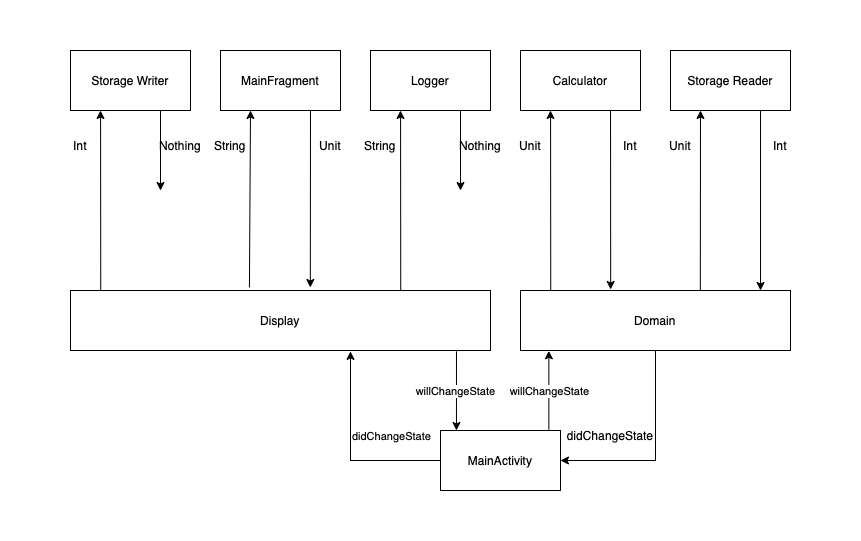
Before: sample/images/components2.drawio.png, a diagram exported from draw.io (prokhor-andrew/simprokmachine-android). Source tidied: cells renumbered, new cells last; positions are measured from the earlier drawing's top-left corner, leaving out a move shared by most shapes. Source of this version:
```xml
<mxGraphModel>
  <root>
    <mxCell id="0" />
    <mxCell id="1" parent="0" />
    <mxCell id="2" value="MainFragment" style="rounded=0;whiteSpace=wrap;html=1;" parent="1" vertex="1">
      <mxGeometry x="170" width="120" height="60" as="geometry" />
    </mxCell>
    <mxCell id="3" value="Logger" style="rounded=0;whiteSpace=wrap;html=1;" parent="1" vertex="1">
      <mxGeometry x="320" width="120" height="60" as="geometry" />
    </mxCell>
    <mxCell id="4" value="Calculator" style="rounded=0;whiteSpace=wrap;html=1;" parent="1" vertex="1">
      <mxGeometry x="470" width="120" height="60" as="geometry" />
    </mxCell>
    <mxCell id="5" value="Storage Reader" style="rounded=0;whiteSpace=wrap;html=1;" parent="1" vertex="1">
      <mxGeometry x="620" width="120" height="60" as="geometry" />
    </mxCell>
    <mxCell id="6" style="endArrow=classic;html=1;rounded=0;entryX=0.25;entryY=1;entryDx=0;entryDy=0;exitX=0.426;exitY=-0.05;exitDx=0;exitDy=0;exitPerimeter=0;" parent="1" edge="1" source="19" target="2">
      <mxGeometry relative="1" as="geometry" />
    </mxCell>
    <mxCell id="7" style="endArrow=classic;html=1;rounded=0;exitX=0.75;exitY=1;exitDx=0;exitDy=0;entryX=0.571;entryY=-0.05;entryDx=0;entryDy=0;entryPerimeter=0;" parent="1" edge="1" source="2" target="19">
      <mxGeometry relative="1" as="geometry" />
    </mxCell>
    <mxCell id="8" value="Unit" style="text;html=1;strokeColor=none;fillColor=none;align=center;verticalAlign=middle;whiteSpace=wrap;rounded=0;" parent="1" vertex="1">
      <mxGeometry x="250" y="80" width="60" height="30" as="geometry" />
    </mxCell>
    <mxCell id="9" value="String" style="text;html=1;strokeColor=none;fillColor=none;align=center;verticalAlign=middle;whiteSpace=wrap;rounded=0;" parent="1" vertex="1">
      <mxGeometry x="150" y="80" width="60" height="30" as="geometry" />
    </mxCell>
    <mxCell id="10" style="endArrow=classic;html=1;rounded=0;entryX=0.25;entryY=1;entryDx=0;entryDy=0;exitX=0.112;exitY=-0.007;exitDx=0;exitDy=0;exitPerimeter=0;" parent="1" edge="1" source="22" target="4">
      <mxGeometry relative="1" as="geometry" />
    </mxCell>
    <mxCell id="11" style="endArrow=classic;html=1;rounded=0;entryX=0.25;entryY=1;entryDx=0;entryDy=0;exitX=0.666;exitY=0.02;exitDx=0;exitDy=0;exitPerimeter=0;" parent="1" edge="1" source="22" target="5">
      <mxGeometry relative="1" as="geometry" />
    </mxCell>
    <mxCell id="12" style="endArrow=classic;html=1;rounded=0;exitX=0.75;exitY=1;exitDx=0;exitDy=0;entryX=0.889;entryY=0;entryDx=0;entryDy=0;entryPerimeter=0;" parent="1" edge="1" source="5" target="22">
      <mxGeometry relative="1" as="geometry" />
    </mxCell>
    <mxCell id="13" value="Unit" style="text;html=1;strokeColor=none;fillColor=none;align=center;verticalAlign=middle;whiteSpace=wrap;rounded=0;" parent="1" vertex="1">
      <mxGeometry x="450" y="80" width="60" height="30" as="geometry" />
    </mxCell>
    <mxCell id="14" style="endArrow=classic;html=1;rounded=0;exitX=0.75;exitY=1;exitDx=0;exitDy=0;entryX=0.334;entryY=-0.017;entryDx=0;entryDy=0;entryPerimeter=0;" parent="1" edge="1" source="4" target="22">
      <mxGeometry relative="1" as="geometry" />
    </mxCell>
    <mxCell id="15" value="Int" style="text;html=1;strokeColor=none;fillColor=none;align=center;verticalAlign=middle;whiteSpace=wrap;rounded=0;" parent="1" vertex="1">
      <mxGeometry x="550" y="80" width="60" height="30" as="geometry" />
    </mxCell>
    <mxCell id="16" value="Unit" style="text;html=1;strokeColor=none;fillColor=none;align=center;verticalAlign=middle;whiteSpace=wrap;rounded=0;" parent="1" vertex="1">
      <mxGeometry x="600" y="80" width="60" height="30" as="geometry" />
    </mxCell>
    <mxCell id="17" value="Int" style="text;html=1;strokeColor=none;fillColor=none;align=center;verticalAlign=middle;whiteSpace=wrap;rounded=0;" parent="1" vertex="1">
      <mxGeometry x="700" y="80" width="60" height="30" as="geometry" />
    </mxCell>
    <mxCell id="18" value="Storage Writer" style="rounded=0;whiteSpace=wrap;html=1;" parent="1" vertex="1">
      <mxGeometry x="20" width="120" height="60" as="geometry" />
    </mxCell>
    <mxCell id="19" value="Display" style="rounded=0;whiteSpace=wrap;html=1;" parent="1" vertex="1">
      <mxGeometry x="20" y="240" width="420" height="60" as="geometry" />
    </mxCell>
    <mxCell id="20" value="MainActivity" style="rounded=0;whiteSpace=wrap;html=1;" parent="1" vertex="1">
      <mxGeometry x="390" y="380" width="120" height="60" as="geometry" />
    </mxCell>
    <mxCell id="21" style="edgeStyle=orthogonalEdgeStyle;rounded=0;jettySize=auto;html=1;exitX=0.5;exitY=1;exitDx=0;exitDy=0;entryX=1;entryY=0.5;entryDx=0;entryDy=0;" parent="1" edge="1" source="22" target="20">
      <mxGeometry relative="1" as="geometry" />
    </mxCell>
    <mxCell id="22" value="Domain" style="rounded=0;whiteSpace=wrap;html=1;" parent="1" vertex="1">
      <mxGeometry x="470" y="240" width="270" height="60" as="geometry" />
    </mxCell>
    <mxCell id="23" style="endArrow=classic;html=1;rounded=0;exitX=0.919;exitY=1.013;exitDx=0;exitDy=0;exitPerimeter=0;entryX=0.133;entryY=0;entryDx=0;entryDy=0;entryPerimeter=0;" parent="1" edge="1" source="19" target="20">
      <mxGeometry relative="1" as="geometry" />
    </mxCell>
    <mxCell id="24" value="willChangeState" style="edgeLabel;html=1;align=center;verticalAlign=middle;" parent="23" vertex="1">
      <mxGeometry x="0.01" y="-1" relative="1" as="geometry" />
    </mxCell>
    <mxCell id="25" style="endArrow=classic;html=1;rounded=0;entryX=0.105;entryY=1.005;entryDx=0;entryDy=0;entryPerimeter=0;exitX=0.903;exitY=-0.01;exitDx=0;exitDy=0;exitPerimeter=0;" parent="1" edge="1" source="20" target="22">
      <mxGeometry relative="1" as="geometry" />
    </mxCell>
    <mxCell id="26" value="willChangeState" style="edgeLabel;html=1;align=center;verticalAlign=middle;" parent="25" vertex="1">
      <mxGeometry x="0.05" relative="1" as="geometry">
        <mxPoint y="3" as="offset" />
      </mxGeometry>
    </mxCell>
    <mxCell id="27" style="endArrow=classic;html=1;rounded=0;entryX=0.105;entryY=1.005;entryDx=0;entryDy=0;entryPerimeter=0;exitX=0;exitY=0.5;exitDx=0;exitDy=0;" parent="1" edge="1" source="20">
      <mxGeometry relative="1" as="geometry">
        <mxPoint x="300" y="300.9" as="targetPoint" />
        <Array as="points">
          <mxPoint x="300" y="410" />
        </Array>
      </mxGeometry>
    </mxCell>
    <mxCell id="28" value="didChangeState" style="edgeLabel;html=1;align=center;verticalAlign=middle;labelBackgroundColor=none;" parent="27" vertex="1">
      <mxGeometry x="0.05" relative="1" as="geometry">
        <mxPoint x="40" y="-10" as="offset" />
      </mxGeometry>
    </mxCell>
    <mxCell id="29" value="didChangeState" style="text;html=1;strokeColor=none;fillColor=none;align=center;verticalAlign=middle;whiteSpace=wrap;rounded=0;" parent="1" vertex="1">
      <mxGeometry x="530" y="370" width="60" height="30" as="geometry" />
    </mxCell>
    <mxCell id="30" style="endArrow=classic;html=1;rounded=0;entryX=0.25;entryY=1;entryDx=0;entryDy=0;exitX=0.112;exitY=-0.007;exitDx=0;exitDy=0;exitPerimeter=0;" parent="1" edge="1">
      <mxGeometry relative="1" as="geometry">
        <mxPoint x="50.2" y="239.6" as="sourcePoint" />
        <mxPoint x="50" y="60" as="targetPoint" />
      </mxGeometry>
    </mxCell>
    <mxCell id="31" value="Int" style="text;html=1;strokeColor=none;fillColor=none;align=center;verticalAlign=middle;whiteSpace=wrap;rounded=0;" parent="1" vertex="1">
      <mxGeometry y="80" width="60" height="30" as="geometry" />
    </mxCell>
    <mxCell id="32" style="endArrow=classic;html=1;rounded=0;exitX=0.75;exitY=1;exitDx=0;exitDy=0;" parent="1" edge="1">
      <mxGeometry relative="1" as="geometry">
        <mxPoint x="110" y="60" as="sourcePoint" />
        <mxPoint x="110" y="140" as="targetPoint" />
      </mxGeometry>
    </mxCell>
    <mxCell id="33" value="Nothing" style="text;html=1;strokeColor=none;fillColor=none;align=center;verticalAlign=middle;whiteSpace=wrap;rounded=0;" parent="1" vertex="1">
      <mxGeometry x="100" y="80" width="60" height="30" as="geometry" />
    </mxCell>
    <mxCell id="34" style="endArrow=classic;html=1;rounded=0;entryX=0.25;entryY=1;entryDx=0;entryDy=0;exitX=0.112;exitY=-0.007;exitDx=0;exitDy=0;exitPerimeter=0;" parent="1" edge="1">
      <mxGeometry relative="1" as="geometry">
        <mxPoint x="350.2" y="239.6" as="sourcePoint" />
        <mxPoint x="350" y="60" as="targetPoint" />
      </mxGeometry>
    </mxCell>
    <mxCell id="35" value="String" style="text;html=1;strokeColor=none;fillColor=none;align=center;verticalAlign=middle;whiteSpace=wrap;rounded=0;" parent="1" vertex="1">
      <mxGeometry x="300" y="80" width="60" height="30" as="geometry" />
    </mxCell>
    <mxCell id="36" style="endArrow=classic;html=1;rounded=0;exitX=0.75;exitY=1;exitDx=0;exitDy=0;" parent="1" edge="1">
      <mxGeometry relative="1" as="geometry">
        <mxPoint x="410" y="60" as="sourcePoint" />
        <mxPoint x="410" y="140" as="targetPoint" />
      </mxGeometry>
    </mxCell>
    <mxCell id="37" value="Nothing" style="text;html=1;strokeColor=none;fillColor=none;align=center;verticalAlign=middle;whiteSpace=wrap;rounded=0;" parent="1" vertex="1">
      <mxGeometry x="400" y="80" width="60" height="30" as="geometry" />
    </mxCell>
  </root>
</mxGraphModel>
```
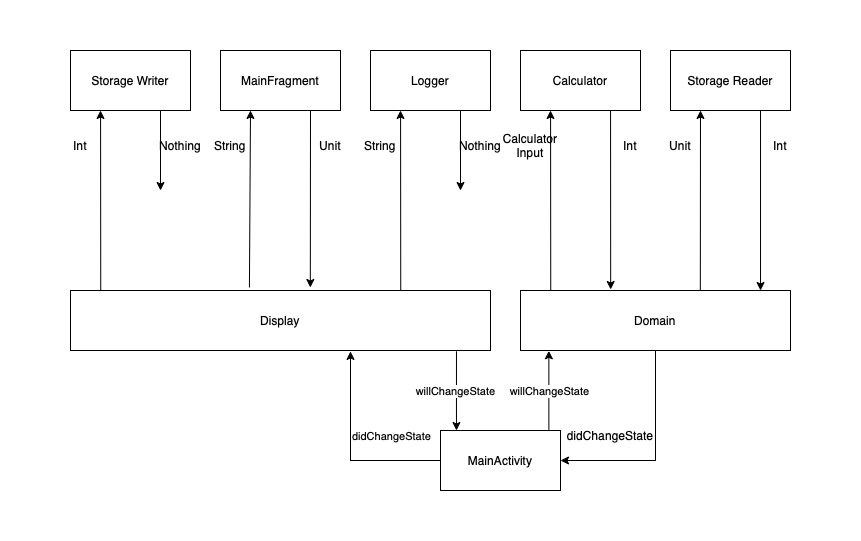
The same diagram one commit later.

The edit, as a diff of the source:
```diff
@@ -35,7 +35,7 @@
     <mxCell id="12" style="endArrow=classic;html=1;rounded=0;exitX=0.75;exitY=1;exitDx=0;exitDy=0;entryX=0.889;entryY=0;entryDx=0;entryDy=0;entryPerimeter=0;" parent="1" edge="1" source="5" target="22">
       <mxGeometry relative="1" as="geometry" />
     </mxCell>
-    <mxCell id="13" value="Unit" style="text;html=1;strokeColor=none;fillColor=none;align=center;verticalAlign=middle;whiteSpace=wrap;rounded=0;" parent="1" vertex="1">
+    <mxCell id="13" value="Calculator&lt;br&gt;Input" style="text;html=1;strokeColor=none;fillColor=none;align=center;verticalAlign=middle;whiteSpace=wrap;rounded=0;" parent="1" vertex="1">
       <mxGeometry x="450" y="80" width="60" height="30" as="geometry" />
     </mxCell>
     <mxCell id="14" style="endArrow=classic;html=1;rounded=0;exitX=0.75;exitY=1;exitDx=0;exitDy=0;entryX=0.334;entryY=-0.017;entryDx=0;entryDy=0;entryPerimeter=0;" parent="1" edge="1" source="4" target="22">
```
